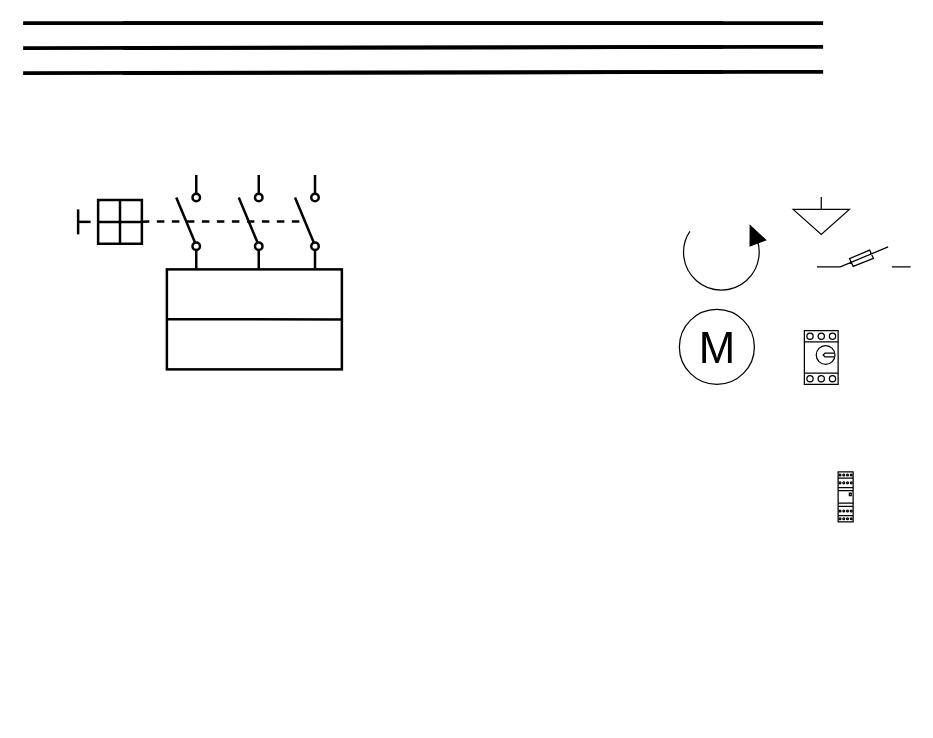
The draw.io diagram ele.drawio in grungeee/draw.io, before the edit. Source tidied: cells renumbered, new cells numbered last; positions are measured from the earlier drawing's top-left corner, leaving out a move shared by most shapes. Both pictures are drawn from the tidied source at 125%, with x=0, y=0 at pixel (22, 22).
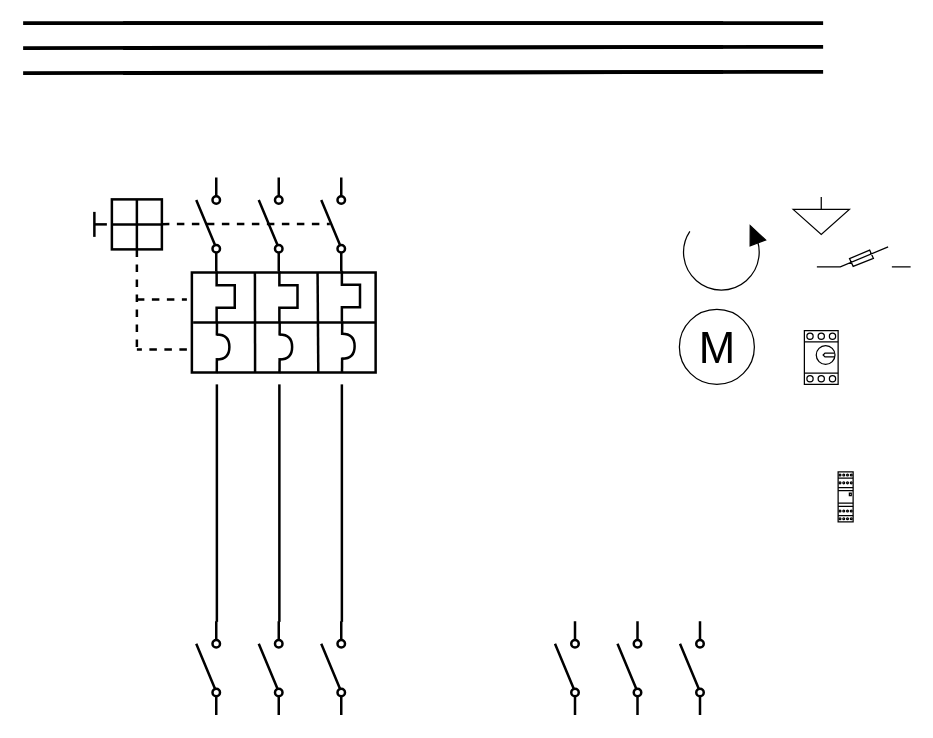
After the change.

Diff of the diagram source:
```diff
@@
     <mxCell id="12" style="html=1;shape=mxgraph.electrical.electro-mechanical.singleSwitch;elSwitchState=off;rotation=-90;strokeWidth=2;" parent="1" vertex="1">
-      <mxGeometry x="95" y="149" width="75" height="20" as="geometry" />
+      <mxGeometry x="111" y="151" width="75" height="20" as="geometry" />
     </mxCell>
     <mxCell id="13" style="html=1;shape=mxgraph.electrical.electro-mechanical.singleSwitch;elSwitchState=off;rotation=-90;strokeWidth=2;" parent="1" vertex="1">
-      <mxGeometry x="145" y="149" width="75" height="20" as="geometry" />
+      <mxGeometry x="161" y="151" width="75" height="20" as="geometry" />
     </mxCell>
     <mxCell id="14" style="html=1;shape=mxgraph.electrical.electro-mechanical.singleSwitch;elSwitchState=off;rotation=-90;strokeWidth=2;" parent="1" vertex="1">
-      <mxGeometry x="190" y="149" width="75" height="20" as="geometry" />
+      <mxGeometry x="211" y="151" width="75" height="20" as="geometry" />
     </mxCell>
@@
     <mxCell id="17" style="whiteSpace=wrap;html=1;fillColor=none;strokeWidth=2;" parent="1" vertex="1">
-      <mxGeometry x="60" y="141.5" width="35" height="35" as="geometry" />
+      <mxGeometry x="71" y="141" width="40" height="40" as="geometry" />
     </mxCell>
@@
     <mxCell id="20" style="edgeStyle=none;orthogonalLoop=1;jettySize=auto;html=1;rounded=0;strokeWidth=2;endArrow=none;endFill=0;" parent="1" edge="1">
       <mxGeometry relative="1" as="geometry">
-        <mxPoint x="44" y="159" as="sourcePoint" />
-        <mxPoint x="54" y="159" as="targetPoint" />
+        <mxPoint x="57" y="161" as="sourcePoint" />
+        <mxPoint x="67" y="161" as="targetPoint" />
       </mxGeometry>
     </mxCell>
     <mxCell id="21" style="edgeStyle=none;orthogonalLoop=1;jettySize=auto;html=1;rounded=0;strokeWidth=2;endArrow=none;endFill=0;" parent="1" edge="1">
       <mxGeometry relative="1" as="geometry">
-        <mxPoint x="44" y="149" as="sourcePoint" />
-        <mxPoint x="44" y="169" as="targetPoint" />
+        <mxPoint x="57" y="151" as="sourcePoint" />
+        <mxPoint x="57" y="171" as="targetPoint" />
       </mxGeometry>
     </mxCell>
     <mxCell id="22" style="edgeStyle=none;jettySize=auto;html=1;rounded=0;endArrow=none;endFill=0;dashed=1;entryX=0.505;entryY=0.344;entryDx=0;entryDy=0;entryPerimeter=0;strokeWidth=2;" parent="1" edge="1" target="14">
       <mxGeometry relative="1" as="geometry">
-        <mxPoint x="95" y="158.8" as="sourcePoint" />
+        <mxPoint x="111" y="160.8" as="sourcePoint" />
       </mxGeometry>
     </mxCell>
-    <mxCell id="23" style="whiteSpace=wrap;html=1;fillColor=none;strokeWidth=2;" parent="1" vertex="1">
-      <mxGeometry x="115" y="197" width="140" height="80" as="geometry" />
-    </mxCell>
-    <mxCell id="24" style="edgeStyle=none;jettySize=auto;html=1;rounded=0;entryX=1;entryY=0.5;entryDx=0;entryDy=0;strokeWidth=2;endArrow=none;endFill=0;" parent="1" edge="1" target="23">
-      <mxGeometry relative="1" as="geometry">
-        <mxPoint x="115" y="236.8" as="sourcePoint" />
-      </mxGeometry>
-    </mxCell>
+    <mxCell id="25" style="verticalLabelPosition=bottom;shadow=0;dashed=0;align=center;html=1;verticalAlign=top;shape=mxgraph.electrical.waveforms.pulse_1;rotation=90;strokeWidth=2;" parent="1" vertex="1">
+      <mxGeometry x="141.8" y="211.5" width="40.5" height="14.5" as="geometry" />
+    </mxCell>
+    <mxCell id="26" style="group;rotation=90;" parent="1" vertex="1">
+      <mxGeometry x="130" y="254" width="60" height="10" as="geometry" />
+    </mxCell>
+    <mxCell id="27" style="edgeStyle=orthogonalEdgeStyle;orthogonalLoop=1;jettySize=auto;html=1;rounded=0;endArrow=none;endFill=0;curved=1;strokeWidth=2;" parent="26" edge="1">
+      <mxGeometry relative="1" as="geometry">
+        <mxPoint x="25" y="-5" as="sourcePoint" />
+        <mxPoint x="25" y="15" as="targetPoint" />
+        <Array as="points">
+          <mxPoint x="35" y="-5" />
+          <mxPoint x="35" y="15" />
+        </Array>
+      </mxGeometry>
+    </mxCell>
+    <mxCell id="28" style="edgeStyle=none;orthogonalLoop=1;jettySize=auto;html=1;rounded=0;endArrow=none;endFill=0;strokeWidth=2;entryX=0.171;entryY=1.013;entryDx=0;entryDy=0;entryPerimeter=0;" parent="26" edge="1">
+      <mxGeometry relative="1" as="geometry">
+        <mxPoint x="25" y="14" as="sourcePoint" />
+        <mxPoint x="24.9" y="26" as="targetPoint" />
+      </mxGeometry>
+    </mxCell>
+    <mxCell id="29" style="edgeStyle=none;jettySize=auto;html=1;rounded=0;endArrow=none;endFill=0;strokeWidth=2;exitX=1;exitY=0.981;exitDx=0;exitDy=0;exitPerimeter=0;" parent="26" edge="1" source="25">
+      <mxGeometry relative="1" as="geometry">
+        <mxPoint x="25" y="-4" as="targetPoint" />
+      </mxGeometry>
+    </mxCell>
+    <mxCell id="30" style="whiteSpace=wrap;html=1;fillColor=none;strokeWidth=2;" parent="1" vertex="1">
+      <mxGeometry x="135" y="199.5" width="147" height="80" as="geometry" />
+    </mxCell>
+    <mxCell id="31" style="edgeStyle=none;jettySize=auto;html=1;rounded=0;entryX=1;entryY=0.5;entryDx=0;entryDy=0;strokeWidth=2;endArrow=none;endFill=0;" parent="1" edge="1" target="30">
+      <mxGeometry relative="1" as="geometry">
+        <mxPoint x="136" y="239.5" as="sourcePoint" />
+      </mxGeometry>
+    </mxCell>
+    <mxCell id="32" style="group;" parent="1" vertex="1">
+      <mxGeometry x="205" y="198.5" width="14.5" height="90.5" as="geometry" />
+    </mxCell>
+    <mxCell id="33" style="verticalLabelPosition=bottom;shadow=0;dashed=0;align=center;html=1;verticalAlign=top;shape=mxgraph.electrical.waveforms.pulse_1;rotation=90;strokeWidth=2;" parent="32" vertex="1">
+      <mxGeometry x="-13" y="13" width="40.5" height="14.5" as="geometry" />
+    </mxCell>
+    <mxCell id="34" style="group;rotation=90;" parent="32" vertex="1">
+      <mxGeometry x="-24.8" y="55.5" width="60" height="10" as="geometry" />
+    </mxCell>
+    <mxCell id="35" style="edgeStyle=orthogonalEdgeStyle;orthogonalLoop=1;jettySize=auto;html=1;rounded=0;endArrow=none;endFill=0;curved=1;strokeWidth=2;" parent="34" edge="1">
+      <mxGeometry relative="1" as="geometry">
+        <mxPoint x="25" y="-5" as="sourcePoint" />
+        <mxPoint x="25" y="15" as="targetPoint" />
+        <Array as="points">
+          <mxPoint x="35" y="-5" />
+          <mxPoint x="35" y="15" />
+        </Array>
+      </mxGeometry>
+    </mxCell>
+    <mxCell id="36" style="edgeStyle=none;orthogonalLoop=1;jettySize=auto;html=1;rounded=0;endArrow=none;endFill=0;strokeWidth=2;entryX=0.171;entryY=1.013;entryDx=0;entryDy=0;entryPerimeter=0;" parent="34" edge="1">
+      <mxGeometry relative="1" as="geometry">
+        <mxPoint x="25" y="14" as="sourcePoint" />
+        <mxPoint x="24.9" y="26" as="targetPoint" />
+      </mxGeometry>
+    </mxCell>
+    <mxCell id="37" style="edgeStyle=none;jettySize=auto;html=1;rounded=0;endArrow=none;endFill=0;strokeWidth=2;exitX=1;exitY=0.981;exitDx=0;exitDy=0;exitPerimeter=0;" parent="34" edge="1" source="33">
+      <mxGeometry relative="1" as="geometry">
+        <mxPoint x="25" y="-4" as="targetPoint" />
+      </mxGeometry>
+    </mxCell>
+    <mxCell id="38" style="group;" parent="1" vertex="1">
+      <mxGeometry x="255" y="198" width="14.5" height="90.5" as="geometry" />
+    </mxCell>
+    <mxCell id="39" style="verticalLabelPosition=bottom;shadow=0;dashed=0;align=center;html=1;verticalAlign=top;shape=mxgraph.electrical.waveforms.pulse_1;rotation=90;strokeWidth=2;" parent="38" vertex="1">
+      <mxGeometry x="-13" y="13" width="40.5" height="14.5" as="geometry" />
+    </mxCell>
+    <mxCell id="40" style="group;rotation=90;" parent="38" vertex="1">
+      <mxGeometry x="-24.8" y="55.5" width="60" height="10" as="geometry" />
+    </mxCell>
+    <mxCell id="41" style="edgeStyle=orthogonalEdgeStyle;orthogonalLoop=1;jettySize=auto;html=1;rounded=0;endArrow=none;endFill=0;curved=1;strokeWidth=2;" parent="40" edge="1">
+      <mxGeometry relative="1" as="geometry">
+        <mxPoint x="25" y="-5" as="sourcePoint" />
+        <mxPoint x="25" y="15" as="targetPoint" />
+        <Array as="points">
+          <mxPoint x="35" y="-5" />
+          <mxPoint x="35" y="15" />
+        </Array>
+      </mxGeometry>
+    </mxCell>
+    <mxCell id="42" style="edgeStyle=none;orthogonalLoop=1;jettySize=auto;html=1;rounded=0;endArrow=none;endFill=0;strokeWidth=2;entryX=0.171;entryY=1.013;entryDx=0;entryDy=0;entryPerimeter=0;" parent="40" edge="1">
+      <mxGeometry relative="1" as="geometry">
+        <mxPoint x="25" y="14" as="sourcePoint" />
+        <mxPoint x="24.9" y="26" as="targetPoint" />
+      </mxGeometry>
+    </mxCell>
+    <mxCell id="43" style="edgeStyle=none;jettySize=auto;html=1;rounded=0;endArrow=none;endFill=0;strokeWidth=2;exitX=1;exitY=0.981;exitDx=0;exitDy=0;exitPerimeter=0;" parent="40" edge="1" source="39">
+      <mxGeometry relative="1" as="geometry">
+        <mxPoint x="25" y="-4" as="targetPoint" />
+      </mxGeometry>
+    </mxCell>
+    <mxCell id="44" style="edgeStyle=none;orthogonalLoop=1;jettySize=auto;html=1;rounded=0;exitX=0.343;exitY=0.003;exitDx=0;exitDy=0;exitPerimeter=0;entryX=0.344;entryY=1;entryDx=0;entryDy=0;entryPerimeter=0;endArrow=none;endFill=0;strokeWidth=2;" parent="1" edge="1" source="30" target="30">
+      <mxGeometry relative="1" as="geometry" />
+    </mxCell>
+    <mxCell id="45" style="edgeStyle=none;orthogonalLoop=1;jettySize=auto;html=1;rounded=0;exitX=0.684;exitY=-0.005;exitDx=0;exitDy=0;exitPerimeter=0;entryX=0.688;entryY=1.005;entryDx=0;entryDy=0;entryPerimeter=0;endArrow=none;endFill=0;strokeWidth=2;" parent="1" edge="1" source="30" target="30">
+      <mxGeometry relative="1" as="geometry" />
+    </mxCell>
+    <mxCell id="46" style="edgeStyle=none;jettySize=auto;html=1;rounded=0;endArrow=none;endFill=0;dashed=1;strokeWidth=2;exitX=0.5;exitY=1;exitDx=0;exitDy=0;" parent="1" edge="1" source="17">
+      <mxGeometry relative="1" as="geometry">
+        <mxPoint x="91" y="261" as="targetPoint" />
+      </mxGeometry>
+    </mxCell>
+    <mxCell id="47" style="edgeStyle=none;orthogonalLoop=1;jettySize=auto;html=1;rounded=0;endArrow=none;endFill=0;dashed=1;strokeWidth=2;" parent="1" edge="1">
+      <mxGeometry relative="1" as="geometry">
+        <mxPoint x="131" y="261" as="sourcePoint" />
+        <mxPoint x="91" y="261" as="targetPoint" />
+      </mxGeometry>
+    </mxCell>
+    <mxCell id="48" style="edgeStyle=none;orthogonalLoop=1;jettySize=auto;html=1;rounded=0;endArrow=none;endFill=0;dashed=1;strokeWidth=2;" parent="1" edge="1">
+      <mxGeometry relative="1" as="geometry">
+        <mxPoint x="91" y="221" as="sourcePoint" />
+        <mxPoint x="131" y="221" as="targetPoint" />
+      </mxGeometry>
+    </mxCell>
+    <mxCell id="49" style="endArrow=none;html=1;strokeWidth=2;rounded=0;" parent="1" edge="1">
+      <mxGeometry relative="1" as="geometry">
+        <mxPoint x="155" y="289" as="sourcePoint" />
+        <mxPoint x="155" y="479" as="targetPoint" />
+      </mxGeometry>
+    </mxCell>
+    <mxCell id="50" style="endArrow=none;html=1;strokeWidth=2;rounded=0;" parent="1" edge="1">
+      <mxGeometry relative="1" as="geometry">
+        <mxPoint x="205" y="289" as="sourcePoint" />
+        <mxPoint x="205" y="479" as="targetPoint" />
+      </mxGeometry>
+    </mxCell>
+    <mxCell id="51" style="endArrow=none;html=1;strokeWidth=2;rounded=0;" parent="1" edge="1">
+      <mxGeometry relative="1" as="geometry">
+        <mxPoint x="255" y="289" as="sourcePoint" />
+        <mxPoint x="255" y="479" as="targetPoint" />
+      </mxGeometry>
+    </mxCell>
+    <mxCell id="52" style="html=1;shape=mxgraph.electrical.electro-mechanical.singleSwitch;elSwitchState=off;rotation=-90;strokeWidth=2;" parent="1" vertex="1">
+      <mxGeometry x="111" y="506" width="75" height="20" as="geometry" />
+    </mxCell>
+    <mxCell id="53" style="html=1;shape=mxgraph.electrical.electro-mechanical.singleSwitch;elSwitchState=off;rotation=-90;strokeWidth=2;" parent="1" vertex="1">
+      <mxGeometry x="161" y="506" width="75" height="20" as="geometry" />
+    </mxCell>
+    <mxCell id="54" style="html=1;shape=mxgraph.electrical.electro-mechanical.singleSwitch;elSwitchState=off;rotation=-90;strokeWidth=2;" parent="1" vertex="1">
+      <mxGeometry x="211" y="506" width="75" height="20" as="geometry" />
+    </mxCell>
+    <mxCell id="55" style="html=1;shape=mxgraph.electrical.electro-mechanical.singleSwitch;elSwitchState=off;rotation=-90;strokeWidth=2;" parent="1" vertex="1">
+      <mxGeometry x="398" y="506" width="75" height="20" as="geometry" />
+    </mxCell>
+    <mxCell id="56" style="html=1;shape=mxgraph.electrical.electro-mechanical.singleSwitch;elSwitchState=off;rotation=-90;strokeWidth=2;" parent="1" vertex="1">
+      <mxGeometry x="448" y="506" width="75" height="20" as="geometry" />
+    </mxCell>
+    <mxCell id="57" style="html=1;shape=mxgraph.electrical.electro-mechanical.singleSwitch;elSwitchState=off;rotation=-90;strokeWidth=2;" parent="1" vertex="1">
+      <mxGeometry x="498" y="506" width="75" height="20" as="geometry" />
+    </mxCell>
```
